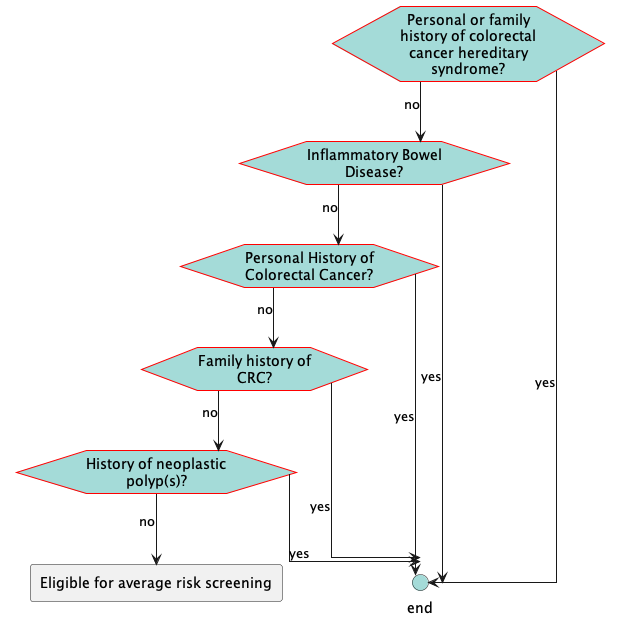
Above: images/flow-IncreasedRiskExclusions.png in ccsm-cds-tools/CDC-Colorectal-Cancer-Screening-CDS-L2 (PlantUML), before the change.
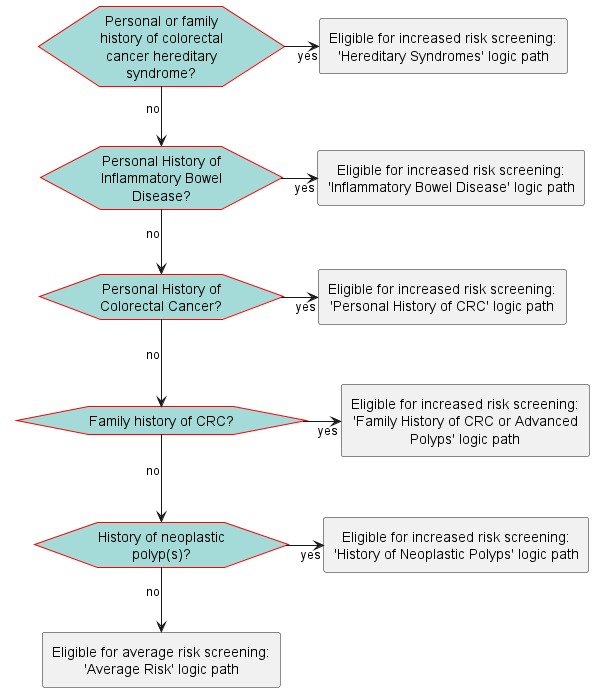
The same file after the commit.

The edit, as a diff of the source:
```diff
@@ -18,20 +18,24 @@
 }
 </style>
 hexagon "Personal or family history of colorectal cancer hereditary syndrome? " as eve_CRCHereditarySyndrome [[#eve-CRCHereditarySyndrome]]
-hexagon "Inflammatory Bowel Disease?" as eve_IBD [[#eve-IBD]]
+hexagon "Personal History of Inflammatory Bowel Disease?" as eve_IBD [[#eve-IBD]]
 hexagon "Personal History of Colorectal Cancer?" as eve_HxCRC [[#eve-HxCRC]]
 hexagon "Family history of CRC?" as eve_FamilyHxCRC [[#eve-FamilyHxCRC]]
 hexagon "History of neoplastic polyp(s)?" as eve_HxPolyps [[#eve-HxPolyps]]
-circle "end" as end_1 <<end>>
-rectangle "Eligible for average risk screening" as act_AvgRiskScreeningEligible [[#act-AvgRiskScreeningEligible]]
-eve_CRCHereditarySyndrome-->end_1: yes
+rectangle "Eligible for increased risk screening: 'Hereditary Syndromes' logic path" as act_CRCHereditarySyndrome [[#act-CRCHereditarySyndrome]]
+rectangle "Eligible for increased risk screening: 'Inflammatory Bowel Disease' logic path" as act_IBD [[#act-IBD]]
+rectangle "Eligible for increased risk screening: 'Personal History of CRC' logic path" as act_HxCRC [[#act-HxCRC]]
+rectangle "Eligible for increased risk screening: 'Family History of CRC or Advanced Polyps' logic path" as act_FamilyHxCRC [[#act-FamilyHxCRC]]
+rectangle "Eligible for increased risk screening: 'History of Neoplastic Polyps' logic path" as act_HxPolyps [[#act-HxPolyps]]
+rectangle "Eligible for average risk screening: 'Average Risk' logic path" as act_AvgRiskScreeningEligible [[#act-AvgRiskScreeningEligible]]
+eve_CRCHereditarySyndrome-r->act_CRCHereditarySyndrome: yes
 eve_CRCHereditarySyndrome-->eve_IBD: no
-eve_IBD-->end_1: yes
+eve_IBD-r->act_IBD: yes
 eve_IBD-->eve_HxCRC: no
-eve_HxCRC-->end_1: yes
+eve_HxCRC-r->act_HxCRC: yes
 eve_HxCRC-->eve_FamilyHxCRC: no
-eve_FamilyHxCRC-->end_1: yes
+eve_FamilyHxCRC-r->act_FamilyHxCRC: yes
 eve_FamilyHxCRC-->eve_HxPolyps: no
-eve_HxPolyps-->end_1: yes
+eve_HxPolyps-r->act_HxPolyps: yes
 eve_HxPolyps-->act_AvgRiskScreeningEligible: no
 @enduml
```
